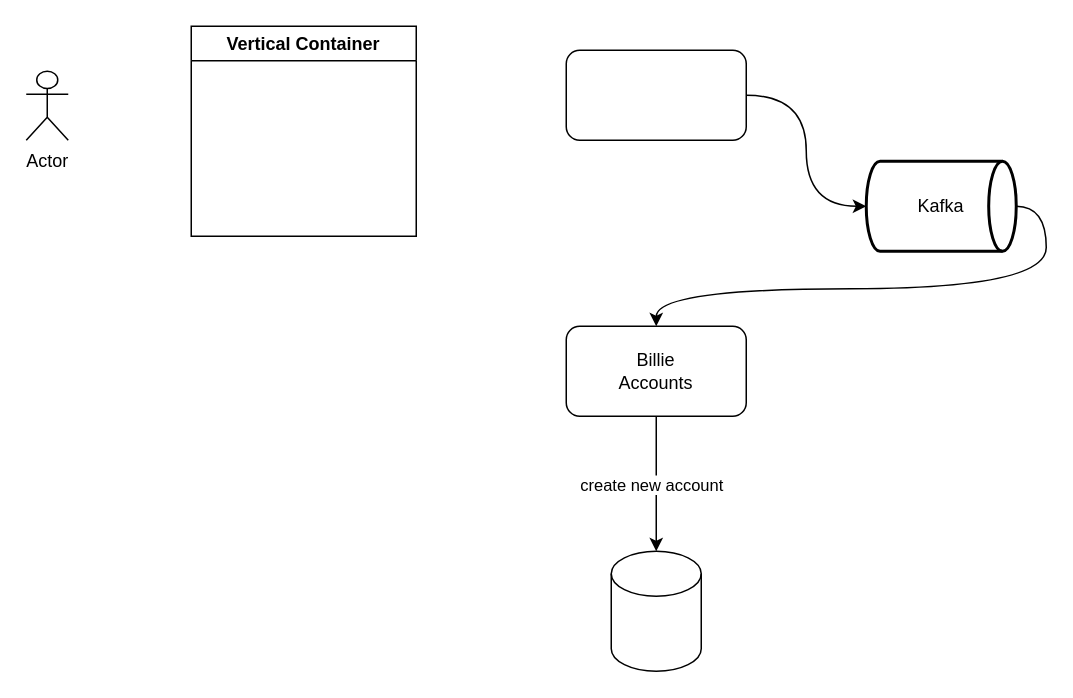
Above: page "new buyer" (1 of 2) of diagrams/b-accounts.drawio in tiberiu-biking/billie (draw.io), before the change. Source tidied: cells renumbered, new cells numbered last; positions are measured from the earlier drawing's top-left corner, leaving out a move shared by most shapes. Both pictures are drawn from the tidied source at 150%, with x=0, y=0 at pixel (26, 26).
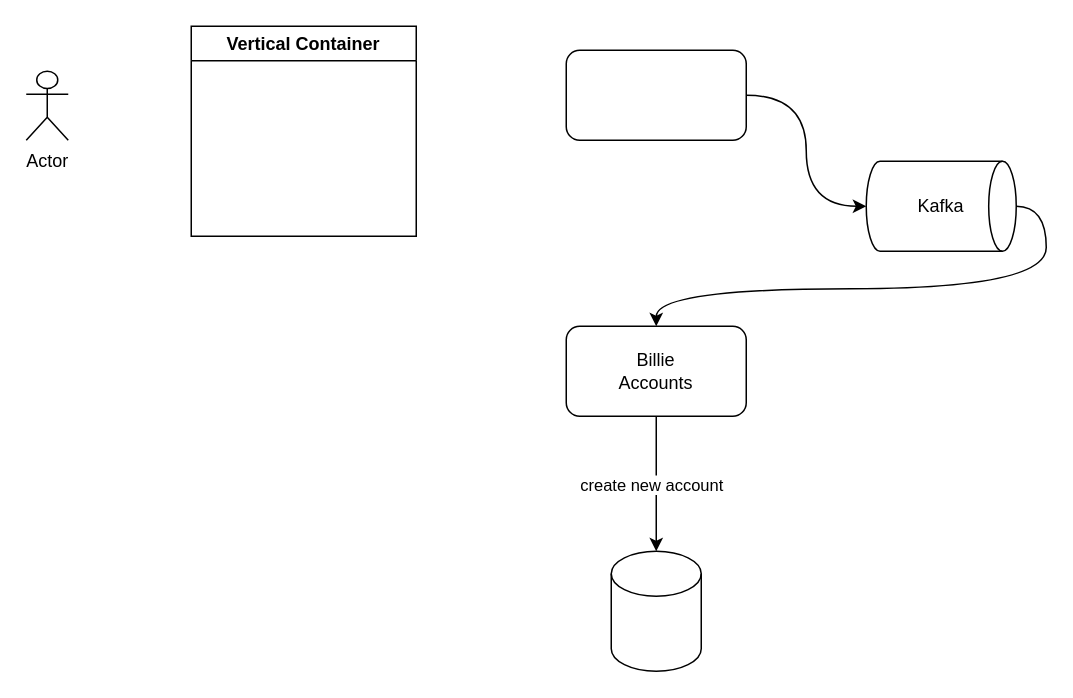
The same diagram, later.

Change to the diagram source:
```diff
@@
 <mxGraphModel>
   <root>
     <mxCell id="0" />
     <mxCell id="1" parent="0" />
     <mxCell id="2" value="Actor" style="shape=umlActor;verticalLabelPosition=bottom;verticalAlign=top;html=1;" parent="1" vertex="1">
       <mxGeometry y="30" width="28" height="46" as="geometry" />
     </mxCell>
     <mxCell id="3" value="Vertical Container" style="swimlane;whiteSpace=wrap;html=1;" parent="1" vertex="1">
       <mxGeometry x="110" width="150" height="140" as="geometry" />
     </mxCell>
     <mxCell id="4" style="rounded=1;whiteSpace=wrap;html=1;" parent="1" vertex="1">
       <mxGeometry x="360" y="16" width="120" height="60" as="geometry" />
     </mxCell>
     <mxCell id="5" style="edgeStyle=orthogonalEdgeStyle;rounded=0;jettySize=auto;html=1;entryX=0.5;entryY=0;entryDx=0;entryDy=0;curved=1;exitX=1;exitY=0.5;exitDx=0;exitDy=0;exitPerimeter=0;" parent="1" edge="1" source="6" target="8">
       <mxGeometry relative="1" as="geometry" />
     </mxCell>
-    <mxCell id="6" value="Kafka" style="strokeWidth=2;html=1;shape=mxgraph.flowchart.direct_data;whiteSpace=wrap;" parent="1" vertex="1">
+    <mxCell id="6" value="Kafka" style="strokeWidth=1;html=1;shape=mxgraph.flowchart.direct_data;whiteSpace=wrap;" parent="1" vertex="1">
       <mxGeometry x="560" y="90" width="100" height="60" as="geometry" />
     </mxCell>
     <mxCell id="7" style="edgeStyle=orthogonalEdgeStyle;rounded=0;jettySize=auto;html=1;entryX=0;entryY=0.5;entryDx=0;entryDy=0;entryPerimeter=0;curved=1;" parent="1" edge="1" source="4" target="6">
       <mxGeometry relative="1" as="geometry" />
     </mxCell>
     <mxCell id="8" value="Billie&lt;div&gt;Accounts&lt;/div&gt;" style="rounded=1;whiteSpace=wrap;html=1;" parent="1" vertex="1">
       <mxGeometry x="360" y="200" width="120" height="60" as="geometry" />
     </mxCell>
     <mxCell id="9" style="shape=cylinder3;whiteSpace=wrap;html=1;boundedLbl=1;backgroundOutline=1;size=15;" parent="1" vertex="1">
       <mxGeometry x="390" y="350" width="60" height="80" as="geometry" />
     </mxCell>
     <mxCell id="10" style="edgeStyle=orthogonalEdgeStyle;rounded=0;jettySize=auto;html=1;entryX=0.5;entryY=0;entryDx=0;entryDy=0;entryPerimeter=0;" parent="1" edge="1" source="8" target="9">
       <mxGeometry relative="1" as="geometry" />
     </mxCell>
     <mxCell id="11" value="create new account" style="edgeLabel;html=1;align=center;verticalAlign=middle;" parent="10" vertex="1">
       <mxGeometry y="-4" relative="1" as="geometry" />
     </mxCell>
   </root>
 </mxGraphModel>
```
